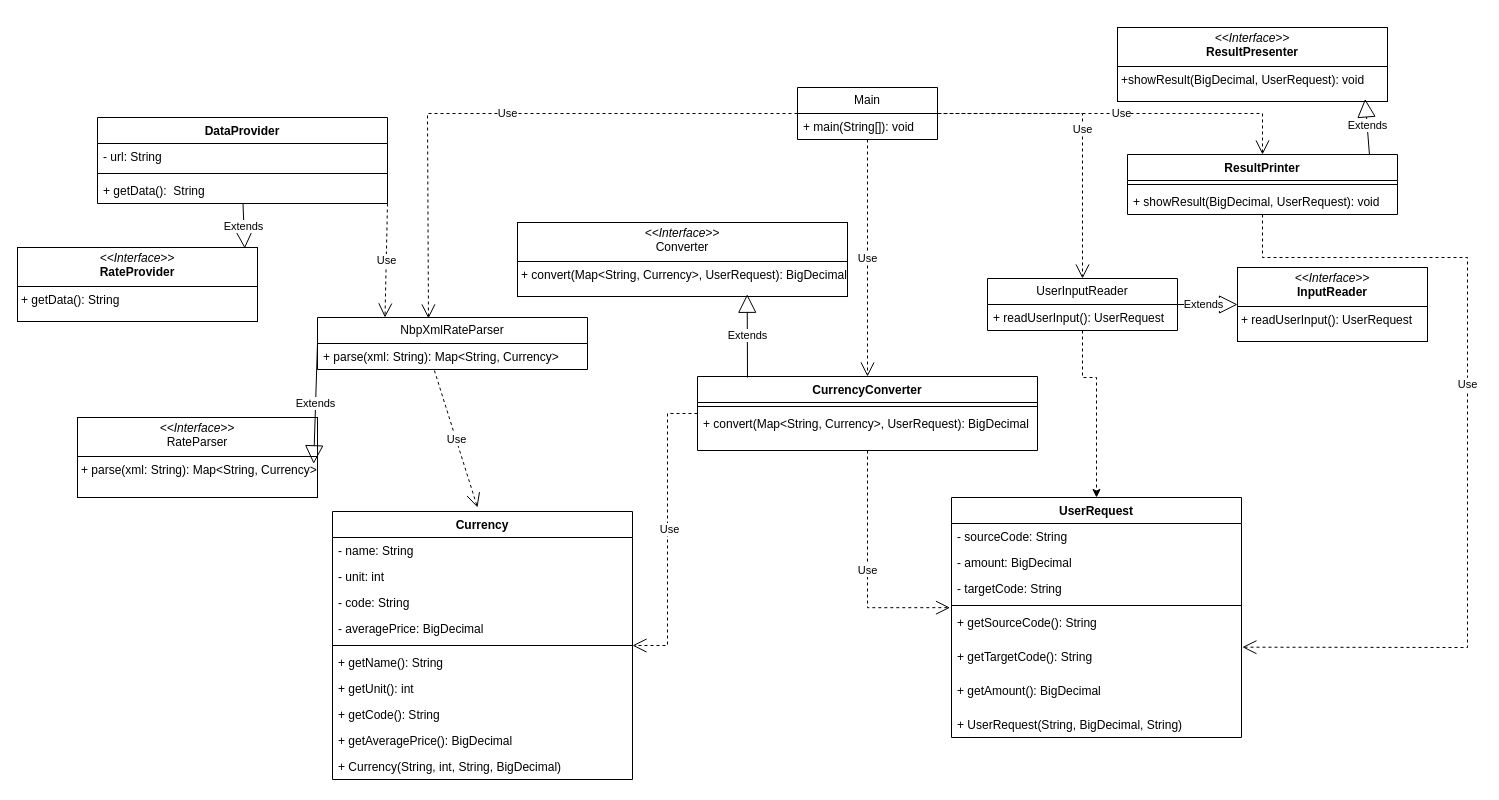
The draw.io diagram lab1/diagram_uml.drawio in Dysky2/TO_labs, before the edit. Source tidied: cells renumbered, new cells numbered last; positions are measured from the earlier drawing's top-left corner, leaving out a move shared by most shapes. Both pictures are drawn from the tidied source at 100%, with x=0, y=0 at pixel (17, 27).
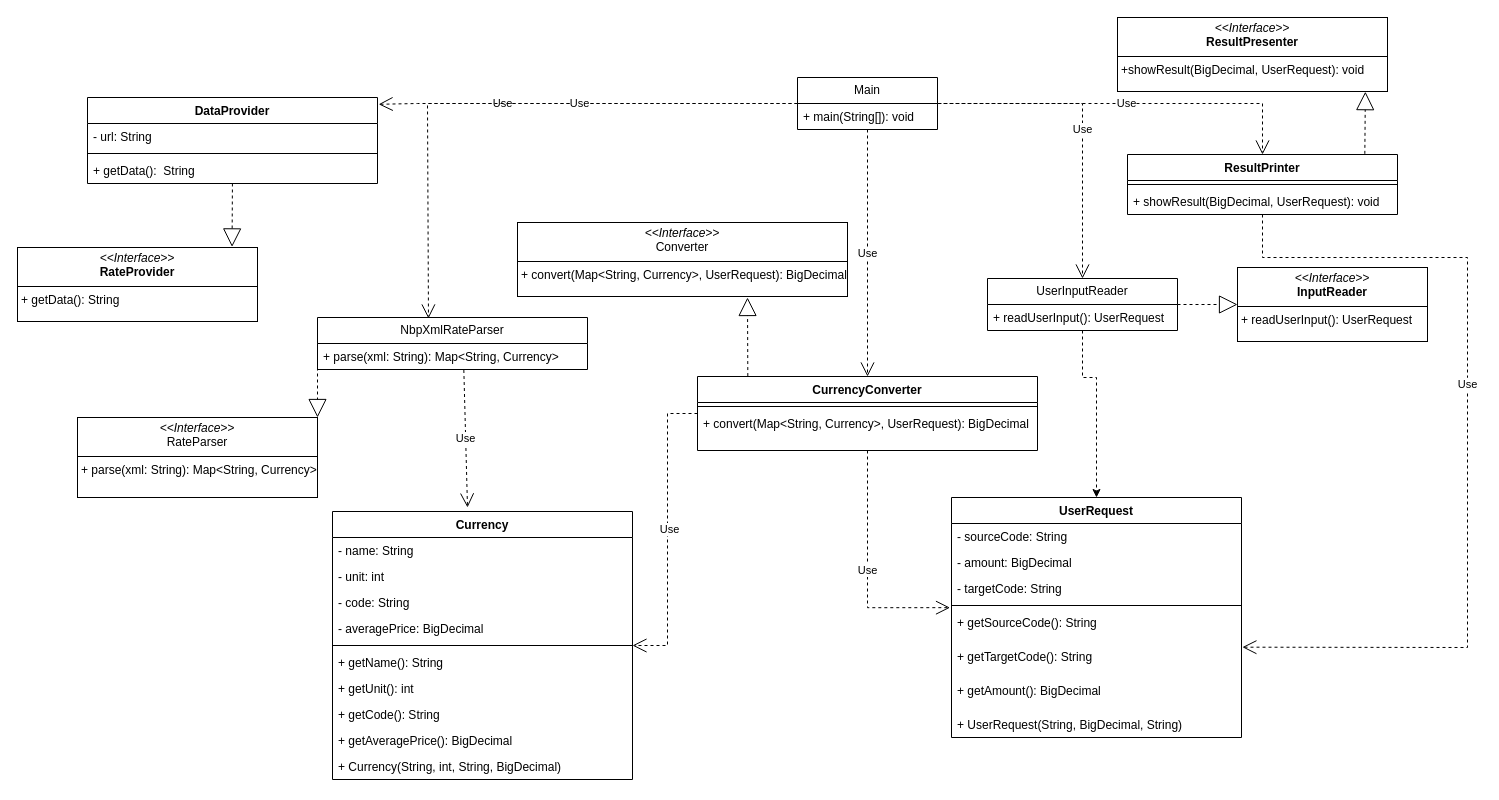
The same diagram, later.

Commit message (it also covers changes not shown here):
Add diagram uml

Unchanged cells that the change refers to:
```xml
<mxCell id="5" value="+ getData():&amp;nbsp; String" style="text;strokeColor=none;fillColor=none;align=left;verticalAlign=top;spacingLeft=4;spacingRight=4;overflow=hidden;points=[[0,0.5],[1,0.5]];portConstraint=eastwest;whiteSpace=wrap;html=1;" parent="2" vertex="1">
  <mxGeometry y="60" width="290" height="26" as="geometry" />
</mxCell>
<mxCell id="26" value="CurrencyConverter" style="swimlane;fontStyle=1;align=center;verticalAlign=top;horizontal=1;startSize=26;whiteSpace=wrap;html=1;" parent="1" vertex="1">
  <mxGeometry x="680" y="349" width="340" height="74" as="geometry" />
</mxCell>
<mxCell id="29" value="ResultPrinter" style="swimlane;fontStyle=1;align=center;verticalAlign=top;horizontal=1;startSize=26;whiteSpace=wrap;html=1;" parent="1" vertex="1">
  <mxGeometry x="1110" y="127" width="270" height="60" as="geometry" />
</mxCell>
<mxCell id="33" value="+ main(String[]): void" style="text;strokeColor=none;fillColor=none;align=left;verticalAlign=top;spacingLeft=4;spacingRight=4;overflow=hidden;points=[[0,0.5],[1,0.5]];portConstraint=eastwest;whiteSpace=wrap;html=1;" parent="32" vertex="1">
  <mxGeometry y="26" width="140" height="26" as="geometry" />
</mxCell>
<mxCell id="35" value="UserInputReader" style="swimlane;fontStyle=0;horizontal=1;startSize=26;fillColor=none;whiteSpace=wrap;html=1;" parent="1" vertex="1">
  <mxGeometry x="970" y="251" width="190" height="52" as="geometry" />
</mxCell>
<mxCell id="37" value="&lt;p style=&quot;margin:0px;margin-top:4px;text-align:center;&quot;&gt;&lt;i&gt;&amp;lt;&amp;lt;Interface&amp;gt;&amp;gt;&lt;/i&gt;&lt;br&gt;&lt;b&gt;RateProvider&lt;/b&gt;&lt;/p&gt;&lt;hr size=&quot;1&quot; style=&quot;border-style:solid;&quot;&gt;&lt;p style=&quot;margin:0px;margin-left:4px;&quot;&gt;+ getData():&amp;nbsp;&lt;span style=&quot;background-color: transparent; color: light-dark(rgb(0, 0, 0), rgb(255, 255, 255));&quot;&gt;String&lt;/span&gt;&lt;/p&gt;" style="verticalAlign=top;align=left;overflow=fill;html=1;whiteSpace=wrap;" parent="1" vertex="1">
  <mxGeometry y="220" width="240" height="74" as="geometry" />
</mxCell>
<mxCell id="39" value="&lt;p style=&quot;margin:0px;margin-top:4px;text-align:center;&quot;&gt;&lt;i&gt;&amp;lt;&amp;lt;Interface&amp;gt;&amp;gt;&lt;/i&gt;&lt;br&gt;&lt;b&gt;InputReader&lt;/b&gt;&lt;/p&gt;&lt;hr size=&quot;1&quot; style=&quot;border-style:solid;&quot;&gt;&lt;p style=&quot;margin:0px;margin-left:4px;&quot;&gt;+ readUserInput(): UserRequest&lt;/p&gt;" style="verticalAlign=top;align=left;overflow=fill;html=1;whiteSpace=wrap;" parent="1" vertex="1">
  <mxGeometry x="1220" y="240" width="190" height="74" as="geometry" />
</mxCell>
<mxCell id="43" value="&lt;p style=&quot;margin:0px;margin-top:4px;text-align:center;&quot;&gt;&lt;i&gt;&amp;lt;&amp;lt;Interface&amp;gt;&amp;gt;&lt;/i&gt;&lt;br&gt;Converter&lt;/p&gt;&lt;hr size=&quot;1&quot; style=&quot;border-style:solid;&quot;&gt;&lt;p style=&quot;margin:0px;margin-left:4px;&quot;&gt;+ convert(Map&amp;lt;String, Currency&amp;gt;, UserRequest): BigDecimal&lt;/p&gt;" style="verticalAlign=top;align=left;overflow=fill;html=1;whiteSpace=wrap;" parent="1" vertex="1">
  <mxGeometry x="500" y="195" width="330" height="74" as="geometry" />
</mxCell>
<mxCell id="46" value="&lt;p style=&quot;margin:0px;margin-top:4px;text-align:center;&quot;&gt;&lt;i&gt;&amp;lt;&amp;lt;Interface&amp;gt;&amp;gt;&lt;/i&gt;&lt;br&gt;RateParser&lt;/p&gt;&lt;hr size=&quot;1&quot; style=&quot;border-style:solid;&quot;&gt;&lt;p style=&quot;margin:0px;margin-left:4px;&quot;&gt;&lt;/p&gt;&lt;p style=&quot;margin:0px;margin-left:4px;&quot;&gt;+&amp;nbsp;&lt;span style=&quot;background-color: transparent; color: light-dark(rgb(0, 0, 0), rgb(255, 255, 255));&quot;&gt;parse(xml: String): Map&amp;lt;String, Currency&amp;gt;&lt;/span&gt;&lt;/p&gt;" style="verticalAlign=top;align=left;overflow=fill;html=1;whiteSpace=wrap;" parent="1" vertex="1">
  <mxGeometry x="60" y="390" width="240" height="80" as="geometry" />
</mxCell>
<mxCell id="47" value="NbpXmlRateParser" style="swimlane;fontStyle=0;horizontal=1;startSize=26;fillColor=none;whiteSpace=wrap;html=1;" parent="1" vertex="1">
  <mxGeometry x="300" y="290" width="270" height="52" as="geometry" />
</mxCell>
<mxCell id="48" value="+&amp;nbsp;parse(xml: String): Map&amp;lt;String, Currency&amp;gt;" style="text;strokeColor=none;fillColor=none;align=left;verticalAlign=top;spacingLeft=4;spacingRight=4;overflow=hidden;points=[[0,0.5],[1,0.5]];portConstraint=eastwest;whiteSpace=wrap;html=1;" parent="47" vertex="1">
  <mxGeometry y="26" width="270" height="26" as="geometry" />
</mxCell>
```

What changed in the source:
```diff
@@
     <mxCell id="2" value="DataProvider" style="swimlane;fontStyle=1;align=center;verticalAlign=top;horizontal=1;startSize=26;whiteSpace=wrap;html=1;" parent="1" vertex="1">
-      <mxGeometry x="80" y="90" width="290" height="86" as="geometry" />
+      <mxGeometry x="70" y="70" width="290" height="86" as="geometry" />
     </mxCell>
@@
     <mxCell id="32" value="Main" style="swimlane;fontStyle=0;horizontal=1;startSize=26;fillColor=none;whiteSpace=wrap;html=1;" parent="1" vertex="1">
-      <mxGeometry x="780" y="60" width="140" height="52" as="geometry" />
+      <mxGeometry x="780" y="50" width="140" height="52" as="geometry" />
     </mxCell>
@@
-    <mxCell id="38" value="Extends" style="endArrow=block;endSize=16;endFill=0;html=1;rounded=0;entryX=0.947;entryY=0.014;entryDx=0;entryDy=0;entryPerimeter=0;" parent="1" edge="1" source="5" target="37">
+    <mxCell id="38" style="endArrow=block;endSize=16;endFill=0;html=1;rounded=0;entryX=0.894;entryY=-0.008;entryDx=0;entryDy=0;entryPerimeter=0;dashed=1;" parent="1" edge="1" source="5" target="37">
       <mxGeometry relative="1" as="geometry" />
     </mxCell>
@@
-    <mxCell id="40" value="Extends" style="endArrow=block;endSize=16;endFill=0;html=1;rounded=0;exitX=1;exitY=0.5;exitDx=0;exitDy=0;entryX=0;entryY=0.5;entryDx=0;entryDy=0;" parent="1" edge="1" source="35" target="39">
+    <mxCell id="40" style="endArrow=block;endSize=16;endFill=0;html=1;rounded=0;exitX=1;exitY=0.5;exitDx=0;exitDy=0;entryX=0;entryY=0.5;entryDx=0;entryDy=0;dashed=1;" parent="1" edge="1" source="35" target="39">
       <mxGeometry x="-0.13" relative="1" as="geometry" />
     </mxCell>
     <mxCell id="41" value="&lt;p style=&quot;margin:0px;margin-top:4px;text-align:center;&quot;&gt;&lt;i&gt;&amp;lt;&amp;lt;Interface&amp;gt;&amp;gt;&lt;/i&gt;&lt;br&gt;&lt;b&gt;ResultPresenter&lt;/b&gt;&lt;/p&gt;&lt;hr size=&quot;1&quot; style=&quot;border-style:solid;&quot;&gt;&lt;p style=&quot;margin:0px;margin-left:4px;&quot;&gt;+showResult(BigDecimal, UserRequest): void&lt;/p&gt;" style="verticalAlign=top;align=left;overflow=fill;html=1;whiteSpace=wrap;" parent="1" vertex="1">
-      <mxGeometry x="1100" width="270" height="74" as="geometry" />
+      <mxGeometry x="1100" y="-10" width="270" height="74" as="geometry" />
     </mxCell>
-    <mxCell id="42" value="Extends" style="endArrow=block;endSize=16;endFill=0;html=1;rounded=0;entryX=0.917;entryY=0.965;entryDx=0;entryDy=0;exitX=0.896;exitY=-0.007;exitDx=0;exitDy=0;exitPerimeter=0;entryPerimeter=0;" parent="1" edge="1" source="29" target="41">
-      <mxGeometry x="0.05" relative="1" as="geometry" />
+    <mxCell id="42" style="endArrow=block;endSize=16;endFill=0;html=1;rounded=0;entryX=0.918;entryY=1.002;entryDx=0;entryDy=0;entryPerimeter=0;dashed=1;exitX=0.879;exitY=-0.011;exitDx=0;exitDy=0;exitPerimeter=0;" parent="1" edge="1" source="29" target="41">
+      <mxGeometry x="0.09" relative="1" as="geometry" />
     </mxCell>
@@
-    <mxCell id="44" value="Extends" style="endArrow=block;endSize=16;endFill=0;html=1;rounded=0;entryX=0.696;entryY=0.97;entryDx=0;entryDy=0;entryPerimeter=0;" parent="1" edge="1" target="43">
+    <mxCell id="44" style="endArrow=block;endSize=16;endFill=0;html=1;rounded=0;dashed=1;exitX=0.148;exitY=-0.006;exitDx=0;exitDy=0;exitPerimeter=0;" parent="1" edge="1" source="26">
       <mxGeometry relative="1" as="geometry">
-        <mxPoint x="730" y="350" as="sourcePoint" />
+        <mxPoint x="730" y="270" as="targetPoint" />
       </mxGeometry>
     </mxCell>
@@
-    <mxCell id="49" value="Extends" style="endArrow=block;endSize=16;endFill=0;html=1;rounded=0;exitX=0;exitY=0.5;exitDx=0;exitDy=0;entryX=0.984;entryY=0.579;entryDx=0;entryDy=0;entryPerimeter=0;" parent="1" edge="1" source="47" target="46">
+    <mxCell id="49" style="endArrow=block;endSize=16;endFill=0;html=1;rounded=0;exitX=0;exitY=0.5;exitDx=0;exitDy=0;entryX=1;entryY=0;entryDx=0;entryDy=0;dashed=1;" parent="1" edge="1" source="47" target="46">
       <mxGeometry relative="1" as="geometry" />
     </mxCell>
     <mxCell id="50" value="Use" style="endArrow=open;endSize=12;dashed=1;html=1;rounded=0;exitX=0;exitY=0.5;exitDx=0;exitDy=0;entryX=0.411;entryY=0.019;entryDx=0;entryDy=0;entryPerimeter=0;" parent="1" edge="1" source="32" target="47">
       <mxGeometry x="0.01" relative="1" as="geometry">
         <Array as="points">
-          <mxPoint x="410" y="86" />
+          <mxPoint x="410" y="76" />
         </Array>
       </mxGeometry>
     </mxCell>
-    <mxCell id="51" value="Use" style="endArrow=open;endSize=12;dashed=1;html=1;rounded=0;entryX=0.25;entryY=0;entryDx=0;entryDy=0;exitX=1;exitY=1;exitDx=0;exitDy=0;" parent="1" edge="1" source="2" target="47">
-      <mxGeometry relative="1" as="geometry" />
-    </mxCell>
-    <mxCell id="52" value="Use" style="endArrow=open;endSize=12;dashed=1;html=1;rounded=0;exitX=0.433;exitY=1.038;exitDx=0;exitDy=0;exitPerimeter=0;" parent="1" edge="1" source="48">
+    <mxCell id="52" value="Use" style="endArrow=open;endSize=12;dashed=1;html=1;rounded=0;exitX=0.542;exitY=1.02;exitDx=0;exitDy=0;exitPerimeter=0;" parent="1" edge="1" source="48">
       <mxGeometry relative="1" as="geometry">
-        <mxPoint x="460" y="480" as="targetPoint" />
+        <mxPoint x="450" y="480" as="targetPoint" />
       </mxGeometry>
     </mxCell>
     <mxCell id="53" value="Use" style="endArrow=open;endSize=12;dashed=1;html=1;rounded=0;exitX=1.007;exitY=0;exitDx=0;exitDy=0;exitPerimeter=0;entryX=0.5;entryY=0;entryDx=0;entryDy=0;" parent="1" edge="1" source="33" target="29">
       <mxGeometry relative="1" as="geometry">
         <Array as="points">
-          <mxPoint x="1245" y="86" />
+          <mxPoint x="1245" y="76" />
         </Array>
       </mxGeometry>
     </mxCell>
     <mxCell id="54" value="Use" style="endArrow=open;endSize=12;dashed=1;html=1;rounded=0;exitX=1;exitY=0.5;exitDx=0;exitDy=0;entryX=0.5;entryY=0;entryDx=0;entryDy=0;" parent="1" edge="1" source="32" target="35">
-      <mxGeometry x="0.04" relative="1" as="geometry">
+      <mxGeometry x="0.07" relative="1" as="geometry">
         <Array as="points">
-          <mxPoint x="1065" y="86" />
+          <mxPoint x="1065" y="76" />
         </Array>
       </mxGeometry>
     </mxCell>
@@
+    <mxCell id="51" value="Use" style="endArrow=open;endSize=12;dashed=1;html=1;rounded=0;exitX=0;exitY=0.5;exitDx=0;exitDy=0;entryX=1.004;entryY=0.079;entryDx=0;entryDy=0;entryPerimeter=0;" parent="1" edge="1" source="32" target="2">
+      <mxGeometry x="0.04" relative="1" as="geometry">
+        <Array as="points">
+          <mxPoint x="400" y="76" />
+        </Array>
+      </mxGeometry>
+    </mxCell>
```
